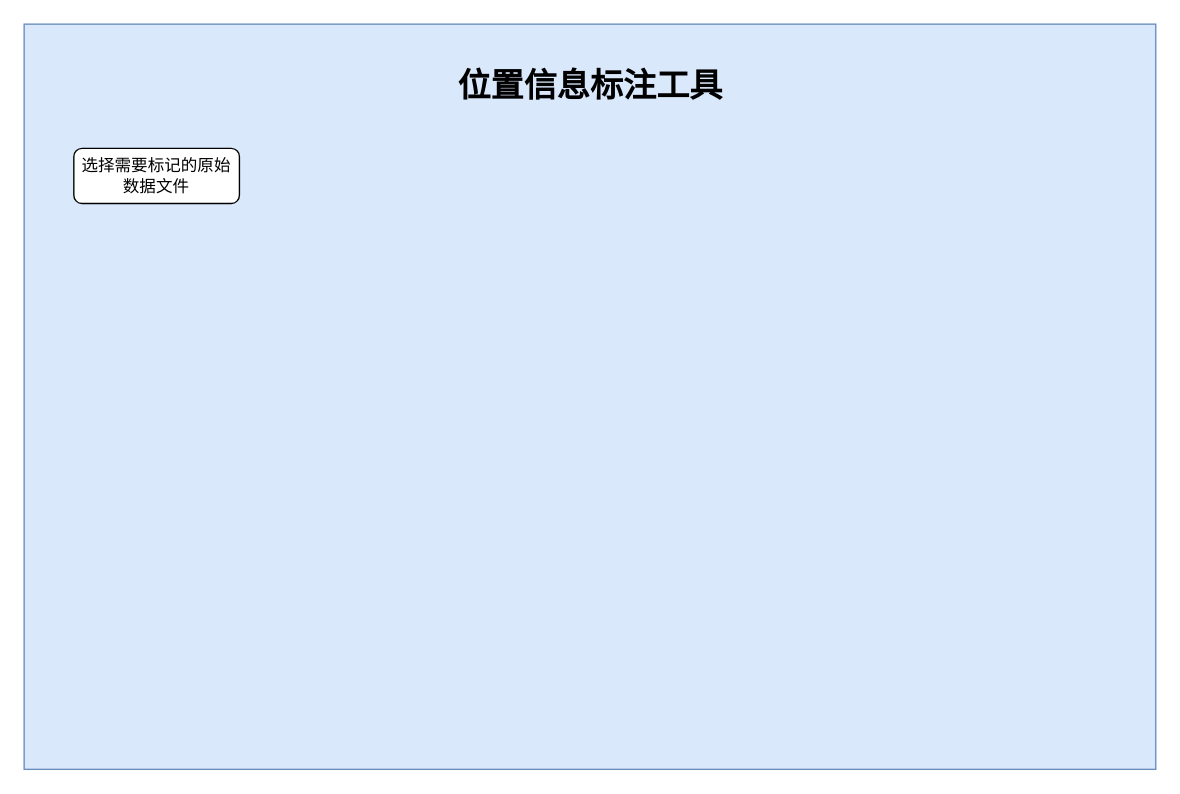
Earlier version of the draw.io diagram page "位置标注" (2 of 2) of Doc/dataAnalysis.drawio (Joiner12/Position). Source tidied: cells renumbered, new cells numbered last; positions are measured from the earlier drawing's top-left corner, leaving out a move shared by most shapes. Both pictures are drawn from the tidied source at 138%, with x=0, y=0 at pixel (23, 23).
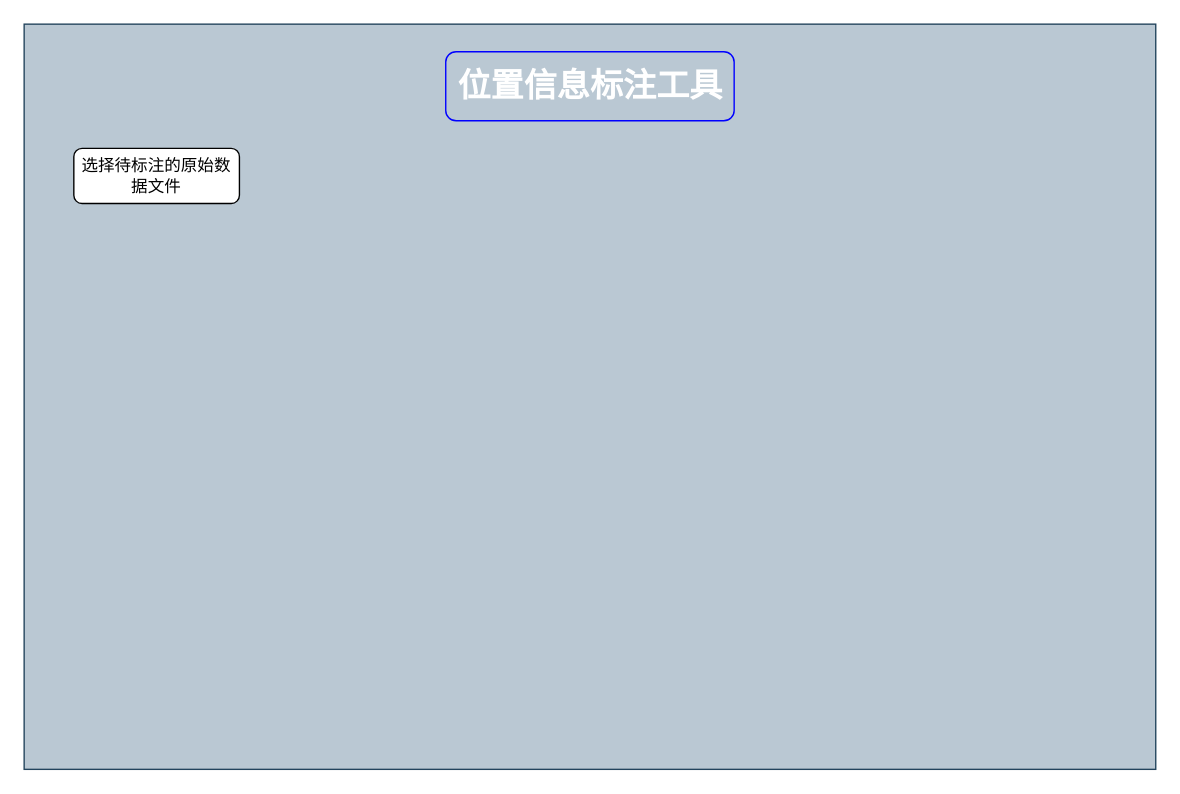
The same page after the edit.

Diff of the diagram source:
```diff
@@
 <mxGraphModel>
   <root>
     <mxCell id="0" />
     <mxCell id="1" parent="0" />
-    <mxCell id="2" style="rounded=0;whiteSpace=wrap;html=1;fillColor=#dae8fc;strokeColor=#6c8ebf;" parent="1" vertex="1">
+    <mxCell id="2" style="rounded=0;whiteSpace=wrap;html=1;fillColor=#bac8d3;strokeColor=#23445d;" parent="1" vertex="1">
       <mxGeometry width="820" height="540" as="geometry" />
     </mxCell>
-    <mxCell id="3" value="&lt;font style=&quot;font-size: 24px&quot;&gt;&lt;b&gt;位置信息标注工具&lt;/b&gt;&lt;/font&gt;" style="text;html=1;strokeColor=none;fillColor=none;align=center;verticalAlign=middle;whiteSpace=wrap;rounded=0;" parent="1" vertex="1">
+    <mxCell id="3" value="&lt;font style=&quot;font-size: 24px&quot;&gt;&lt;b&gt;位置信息标注工具&lt;/b&gt;&lt;/font&gt;" style="text;html=1;fillColor=none;align=center;verticalAlign=middle;whiteSpace=wrap;rounded=1;glass=1;fontColor=#FFFFFF;strokeColor=#0000FF;" parent="1" vertex="1">
       <mxGeometry x="305.5" y="20" width="209" height="50" as="geometry" />
     </mxCell>
-    <mxCell id="4" value="选择需要标记的原始数据文件" style="rounded=1;whiteSpace=wrap;html=1;" parent="1" vertex="1">
+    <mxCell id="4" value="选择待标注的原始数据文件" style="rounded=1;whiteSpace=wrap;html=1;" parent="1" vertex="1">
       <mxGeometry x="36" y="90" width="120" height="40" as="geometry" />
     </mxCell>
   </root>
 </mxGraphModel>
```
